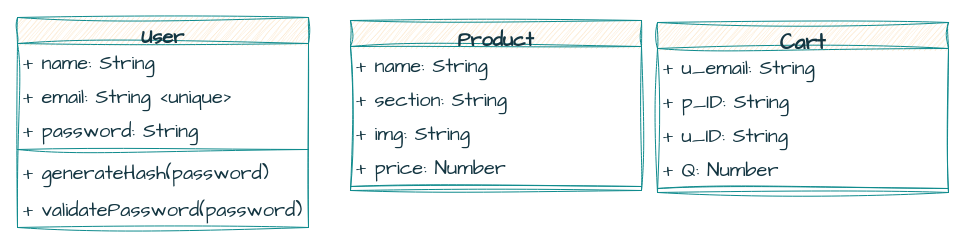
The draw.io diagram page "Page-3" (3 of 3) of resource/tech-stack.drawio in Willz17/IkeaYouPath, before the edit. Source tidied: cells renumbered, new cells numbered last; positions are measured from the earlier drawing's top-left corner, leaving out a move shared by most shapes. Both pictures are drawn from the tidied source at 100%, with x=0, y=0 at pixel (17, 17).
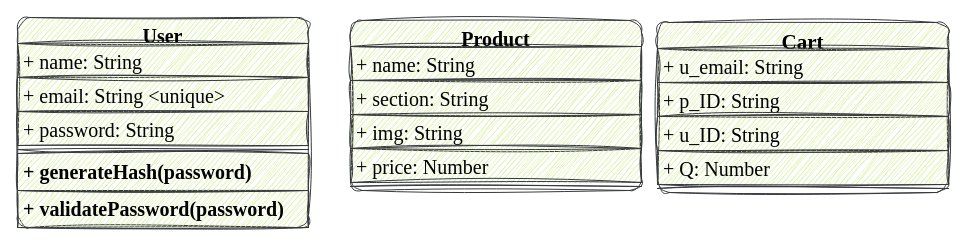
The same page after the edit.

The edit, as a diff of the source:
```diff
@@
-    <mxCell id="2" value="User" style="swimlane;fontStyle=1;align=center;verticalAlign=top;horizontal=1;startSize=26;sketch=1;hachureGap=4;jiggle=2;strokeColor=#0F8B8D;fontFamily=Architects Daughter;fontSize=20;fontColor=#143642;fillColor=#FAE5C7;" parent="1" vertex="1">
+    <mxCell id="2" value="User" style="swimlane;fontStyle=1;align=center;verticalAlign=top;horizontal=1;startSize=26;sketch=1;hachureGap=4;jiggle=2;strokeColor=#36393d;fontFamily=Garamond;fontSize=20;fillColor=#cdeb8b;rounded=1;" parent="1" vertex="1">
       <mxGeometry width="291" height="210" as="geometry" />
     </mxCell>
-    <mxCell id="3" value="+ name: String" style="text;strokeColor=none;fillColor=none;align=left;verticalAlign=top;spacingLeft=4;spacingRight=4;overflow=hidden;sketch=1;hachureGap=4;jiggle=2;fontFamily=Architects Daughter;fontSize=20;fontColor=#143642;" parent="2" vertex="1">
+    <mxCell id="3" value="+ name: String" style="text;strokeColor=#36393d;fillColor=#cdeb8b;align=left;verticalAlign=top;spacingLeft=4;spacingRight=4;overflow=hidden;sketch=1;hachureGap=4;jiggle=2;fontFamily=Garamond;fontSize=20;" parent="2" vertex="1">
       <mxGeometry y="26" width="291" height="34" as="geometry" />
     </mxCell>
-    <mxCell id="4" value="+ email: String &lt;unique&gt;" style="text;strokeColor=none;fillColor=none;align=left;verticalAlign=top;spacingLeft=4;spacingRight=4;overflow=hidden;sketch=1;hachureGap=4;jiggle=2;fontFamily=Architects Daughter;fontSize=20;fontColor=#143642;" parent="2" vertex="1">
+    <mxCell id="4" value="+ email: String &lt;unique&gt;" style="text;strokeColor=#36393d;fillColor=#cdeb8b;align=left;verticalAlign=top;spacingLeft=4;spacingRight=4;overflow=hidden;sketch=1;hachureGap=4;jiggle=2;fontFamily=Garamond;fontSize=20;" parent="2" vertex="1">
       <mxGeometry y="60" width="291" height="34" as="geometry" />
     </mxCell>
-    <mxCell id="5" value="+ password: String" style="text;strokeColor=none;fillColor=none;align=left;verticalAlign=top;spacingLeft=4;spacingRight=4;overflow=hidden;sketch=1;hachureGap=4;jiggle=2;fontFamily=Architects Daughter;fontSize=20;fontColor=#143642;" parent="2" vertex="1">
+    <mxCell id="5" value="+ password: String" style="text;strokeColor=#36393d;fillColor=#cdeb8b;align=left;verticalAlign=top;spacingLeft=4;spacingRight=4;overflow=hidden;sketch=1;hachureGap=4;jiggle=2;fontFamily=Garamond;fontSize=20;" parent="2" vertex="1">
       <mxGeometry y="94" width="291" height="34" as="geometry" />
     </mxCell>
-    <mxCell id="6" style="line;strokeWidth=1;fillColor=none;align=left;verticalAlign=middle;spacingTop=-1;spacingLeft=3;spacingRight=3;labelPosition=right;strokeColor=inherit;sketch=1;hachureGap=4;jiggle=2;fontFamily=Architects Daughter;fontSize=20;fontColor=#143642;" parent="2" vertex="1">
+    <mxCell id="6" style="line;strokeWidth=1;fillColor=#cdeb8b;align=left;verticalAlign=middle;spacingTop=-1;spacingLeft=3;spacingRight=3;labelPosition=right;strokeColor=#36393d;sketch=1;hachureGap=4;jiggle=2;fontFamily=Garamond;fontSize=20;" parent="2" vertex="1">
       <mxGeometry y="128" width="291" height="8" as="geometry" />
     </mxCell>
-    <mxCell id="7" value="+ generateHash(password)" style="text;strokeColor=none;fillColor=none;align=left;verticalAlign=top;spacingLeft=4;spacingRight=4;overflow=hidden;sketch=1;hachureGap=4;jiggle=2;fontFamily=Architects Daughter;fontSize=20;fontColor=#143642;" parent="2" vertex="1">
+    <mxCell id="7" value="+ generateHash(password)" style="text;strokeColor=#36393d;fillColor=#cdeb8b;align=left;verticalAlign=top;spacingLeft=4;spacingRight=4;overflow=hidden;sketch=1;hachureGap=4;jiggle=2;fontFamily=Garamond;fontSize=20;fontStyle=1;" parent="2" vertex="1">
       <mxGeometry y="136" width="291" height="37" as="geometry" />
     </mxCell>
-    <mxCell id="8" value="+ validatePassword(password)" style="text;strokeColor=none;fillColor=none;align=left;verticalAlign=top;spacingLeft=4;spacingRight=4;overflow=hidden;sketch=1;hachureGap=4;jiggle=2;fontFamily=Architects Daughter;fontSize=20;fontColor=#143642;" parent="2" vertex="1">
+    <mxCell id="8" value="+ validatePassword(password)" style="text;strokeColor=#36393d;fillColor=#cdeb8b;align=left;verticalAlign=top;spacingLeft=4;spacingRight=4;overflow=hidden;sketch=1;hachureGap=4;jiggle=2;fontFamily=Garamond;fontSize=20;fontStyle=1;" parent="2" vertex="1">
       <mxGeometry y="173" width="291" height="37" as="geometry" />
     </mxCell>
-    <mxCell id="9" value="Product" style="swimlane;fontStyle=1;align=center;verticalAlign=top;horizontal=1;startSize=26;sketch=1;hachureGap=4;jiggle=2;strokeColor=#0F8B8D;fontFamily=Architects Daughter;fontSize=20;fontColor=#143642;fillColor=#FAE5C7;" parent="1" vertex="1">
+    <mxCell id="9" value="Product" style="swimlane;fontStyle=1;align=center;verticalAlign=top;horizontal=1;startSize=26;sketch=1;hachureGap=4;jiggle=2;strokeColor=#36393d;fontFamily=Garamond;fontSize=20;fillColor=#cdeb8b;rounded=1;" parent="1" vertex="1">
       <mxGeometry x="333" y="3" width="291" height="170" as="geometry" />
     </mxCell>
-    <mxCell id="10" value="+ name: String" style="text;strokeColor=none;fillColor=none;align=left;verticalAlign=top;spacingLeft=4;spacingRight=4;overflow=hidden;sketch=1;hachureGap=4;jiggle=2;fontFamily=Architects Daughter;fontSize=20;fontColor=#143642;" parent="9" vertex="1">
+    <mxCell id="10" value="+ name: String" style="text;strokeColor=#36393d;fillColor=#cdeb8b;align=left;verticalAlign=top;spacingLeft=4;spacingRight=4;overflow=hidden;sketch=1;hachureGap=4;jiggle=2;fontFamily=Garamond;fontSize=20;" parent="9" vertex="1">
       <mxGeometry y="26" width="291" height="34" as="geometry" />
     </mxCell>
-    <mxCell id="11" value="+ section: String" style="text;strokeColor=none;fillColor=none;align=left;verticalAlign=top;spacingLeft=4;spacingRight=4;overflow=hidden;sketch=1;hachureGap=4;jiggle=2;fontFamily=Architects Daughter;fontSize=20;fontColor=#143642;" parent="9" vertex="1">
+    <mxCell id="11" value="+ section: String" style="text;strokeColor=#36393d;fillColor=#cdeb8b;align=left;verticalAlign=top;spacingLeft=4;spacingRight=4;overflow=hidden;sketch=1;hachureGap=4;jiggle=2;fontFamily=Garamond;fontSize=20;" parent="9" vertex="1">
       <mxGeometry y="60" width="291" height="34" as="geometry" />
     </mxCell>
-    <mxCell id="12" value="+ img: String" style="text;strokeColor=none;fillColor=none;align=left;verticalAlign=top;spacingLeft=4;spacingRight=4;overflow=hidden;sketch=1;hachureGap=4;jiggle=2;fontFamily=Architects Daughter;fontSize=20;fontColor=#143642;" parent="9" vertex="1">
+    <mxCell id="12" value="+ img: String" style="text;strokeColor=#36393d;fillColor=#cdeb8b;align=left;verticalAlign=top;spacingLeft=4;spacingRight=4;overflow=hidden;sketch=1;hachureGap=4;jiggle=2;fontFamily=Garamond;fontSize=20;" parent="9" vertex="1">
       <mxGeometry y="94" width="291" height="34" as="geometry" />
     </mxCell>
-    <mxCell id="13" value="+ price: Number" style="text;strokeColor=none;fillColor=none;align=left;verticalAlign=top;spacingLeft=4;spacingRight=4;overflow=hidden;sketch=1;hachureGap=4;jiggle=2;fontFamily=Architects Daughter;fontSize=20;fontColor=#143642;" parent="9" vertex="1">
+    <mxCell id="13" value="+ price: Number" style="text;strokeColor=#36393d;fillColor=#cdeb8b;align=left;verticalAlign=top;spacingLeft=4;spacingRight=4;overflow=hidden;sketch=1;hachureGap=4;jiggle=2;fontFamily=Garamond;fontSize=20;" parent="9" vertex="1">
       <mxGeometry y="128" width="291" height="34" as="geometry" />
     </mxCell>
-    <mxCell id="14" style="line;strokeWidth=1;fillColor=none;align=left;verticalAlign=middle;spacingTop=-1;spacingLeft=3;spacingRight=3;labelPosition=right;strokeColor=inherit;sketch=1;hachureGap=4;jiggle=2;fontFamily=Architects Daughter;fontSize=20;fontColor=#143642;" parent="9" vertex="1">
+    <mxCell id="14" style="line;strokeWidth=1;fillColor=#cdeb8b;align=left;verticalAlign=middle;spacingTop=-1;spacingLeft=3;spacingRight=3;labelPosition=right;strokeColor=#36393d;sketch=1;hachureGap=4;jiggle=2;fontFamily=Garamond;fontSize=20;" parent="9" vertex="1">
       <mxGeometry y="162" width="291" height="8" as="geometry" />
     </mxCell>
-    <mxCell id="15" value="Cart" style="swimlane;fontStyle=1;align=center;verticalAlign=top;horizontal=1;startSize=26;sketch=1;hachureGap=4;jiggle=2;strokeColor=#0F8B8D;fontFamily=Architects Daughter;fontSize=21;fontColor=#143642;fillColor=#FAE5C7;" parent="1" vertex="1">
+    <mxCell id="15" value="Cart" style="swimlane;fontStyle=1;align=center;verticalAlign=top;horizontal=1;startSize=26;sketch=1;hachureGap=4;jiggle=2;strokeColor=#36393d;fontFamily=Garamond;fontSize=21;fillColor=#cdeb8b;rounded=1;" parent="1" vertex="1">
       <mxGeometry x="640" y="5" width="291" height="170" as="geometry" />
     </mxCell>
-    <mxCell id="16" value="+ u_email: String" style="text;strokeColor=none;fillColor=none;align=left;verticalAlign=top;spacingLeft=4;spacingRight=4;overflow=hidden;sketch=1;hachureGap=4;jiggle=2;fontFamily=Architects Daughter;fontSize=20;fontColor=#143642;" parent="15" vertex="1">
+    <mxCell id="16" value="+ u_email: String" style="text;strokeColor=#36393d;fillColor=#cdeb8b;align=left;verticalAlign=top;spacingLeft=4;spacingRight=4;overflow=hidden;sketch=1;hachureGap=4;jiggle=2;fontFamily=Garamond;fontSize=20;" parent="15" vertex="1">
       <mxGeometry y="26" width="291" height="34" as="geometry" />
     </mxCell>
-    <mxCell id="17" value="+ p_ID: String" style="text;strokeColor=none;fillColor=none;align=left;verticalAlign=top;spacingLeft=4;spacingRight=4;overflow=hidden;sketch=1;hachureGap=4;jiggle=2;fontFamily=Architects Daughter;fontSize=20;fontColor=#143642;" parent="15" vertex="1">
+    <mxCell id="17" value="+ p_ID: String" style="text;strokeColor=#36393d;fillColor=#cdeb8b;align=left;verticalAlign=top;spacingLeft=4;spacingRight=4;overflow=hidden;sketch=1;hachureGap=4;jiggle=2;fontFamily=Garamond;fontSize=20;" parent="15" vertex="1">
       <mxGeometry y="60" width="291" height="34" as="geometry" />
     </mxCell>
-    <mxCell id="18" value="+ u_ID: String" style="text;strokeColor=none;fillColor=none;align=left;verticalAlign=top;spacingLeft=4;spacingRight=4;overflow=hidden;sketch=1;hachureGap=4;jiggle=2;fontFamily=Architects Daughter;fontSize=20;fontColor=#143642;" parent="15" vertex="1">
+    <mxCell id="18" value="+ u_ID: String" style="text;strokeColor=#36393d;fillColor=#cdeb8b;align=left;verticalAlign=top;spacingLeft=4;spacingRight=4;overflow=hidden;sketch=1;hachureGap=4;jiggle=2;fontFamily=Garamond;fontSize=20;" parent="15" vertex="1">
       <mxGeometry y="94" width="291" height="34" as="geometry" />
     </mxCell>
-    <mxCell id="19" value="+ Q: Number" style="text;strokeColor=none;fillColor=none;align=left;verticalAlign=top;spacingLeft=4;spacingRight=4;overflow=hidden;sketch=1;hachureGap=4;jiggle=2;fontFamily=Architects Daughter;fontSize=20;fontColor=#143642;" parent="15" vertex="1">
+    <mxCell id="19" value="+ Q: Number" style="text;strokeColor=#36393d;fillColor=#cdeb8b;align=left;verticalAlign=top;spacingLeft=4;spacingRight=4;overflow=hidden;sketch=1;hachureGap=4;jiggle=2;fontFamily=Garamond;fontSize=20;" parent="15" vertex="1">
       <mxGeometry y="128" width="291" height="34" as="geometry" />
     </mxCell>
-    <mxCell id="20" style="line;strokeWidth=1;fillColor=none;align=left;verticalAlign=middle;spacingTop=-1;spacingLeft=3;spacingRight=3;labelPosition=right;strokeColor=inherit;sketch=1;hachureGap=4;jiggle=2;fontFamily=Architects Daughter;fontSize=20;fontColor=#143642;" parent="15" vertex="1">
+    <mxCell id="20" style="line;strokeWidth=1;fillColor=#cdeb8b;align=left;verticalAlign=middle;spacingTop=-1;spacingLeft=3;spacingRight=3;labelPosition=right;strokeColor=#36393d;sketch=1;hachureGap=4;jiggle=2;fontFamily=Garamond;fontSize=20;" parent="15" vertex="1">
       <mxGeometry y="162" width="291" height="8" as="geometry" />
     </mxCell>
```
